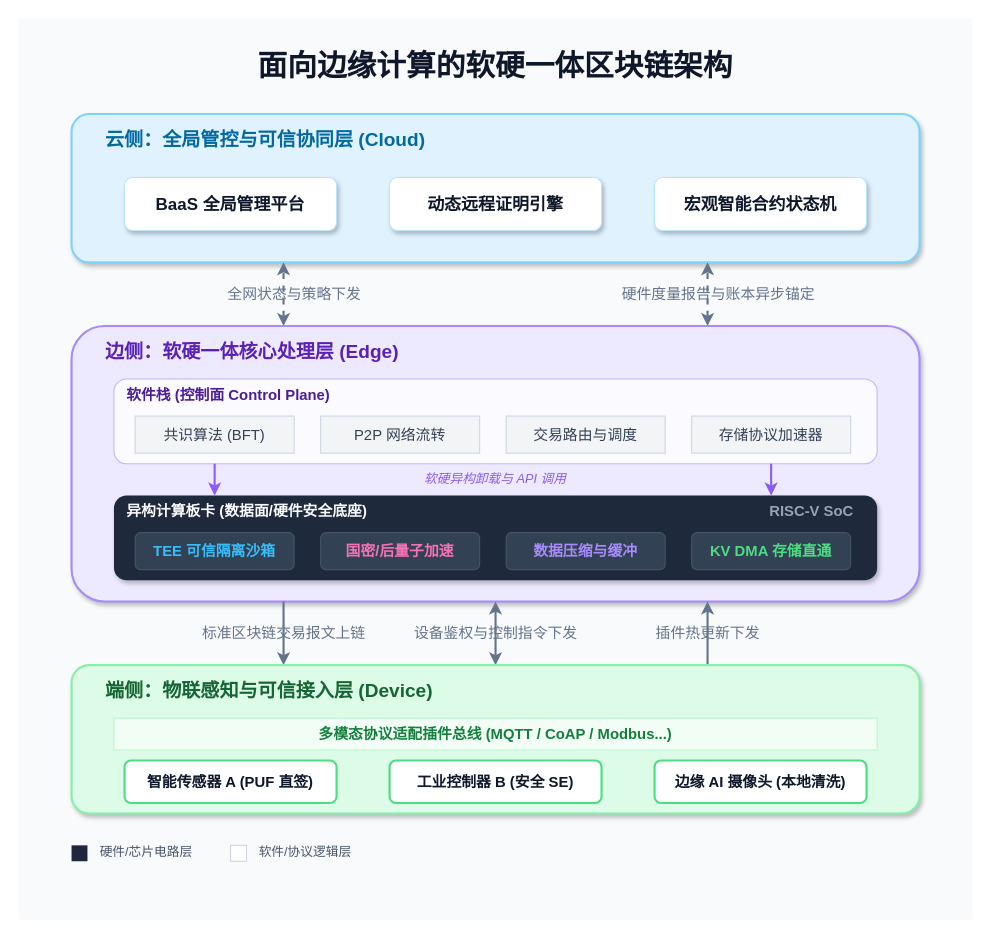
Above: 未命名绘图.drawio in zztiguoli/bulkhead (draw.io), before the change. Source tidied: cells renumbered, new cells numbered last; positions are measured from the earlier drawing's top-left corner, leaving out a move shared by most shapes. Both pictures are drawn from the tidied source at 106%, with x=0, y=0 at pixel (18, 18).
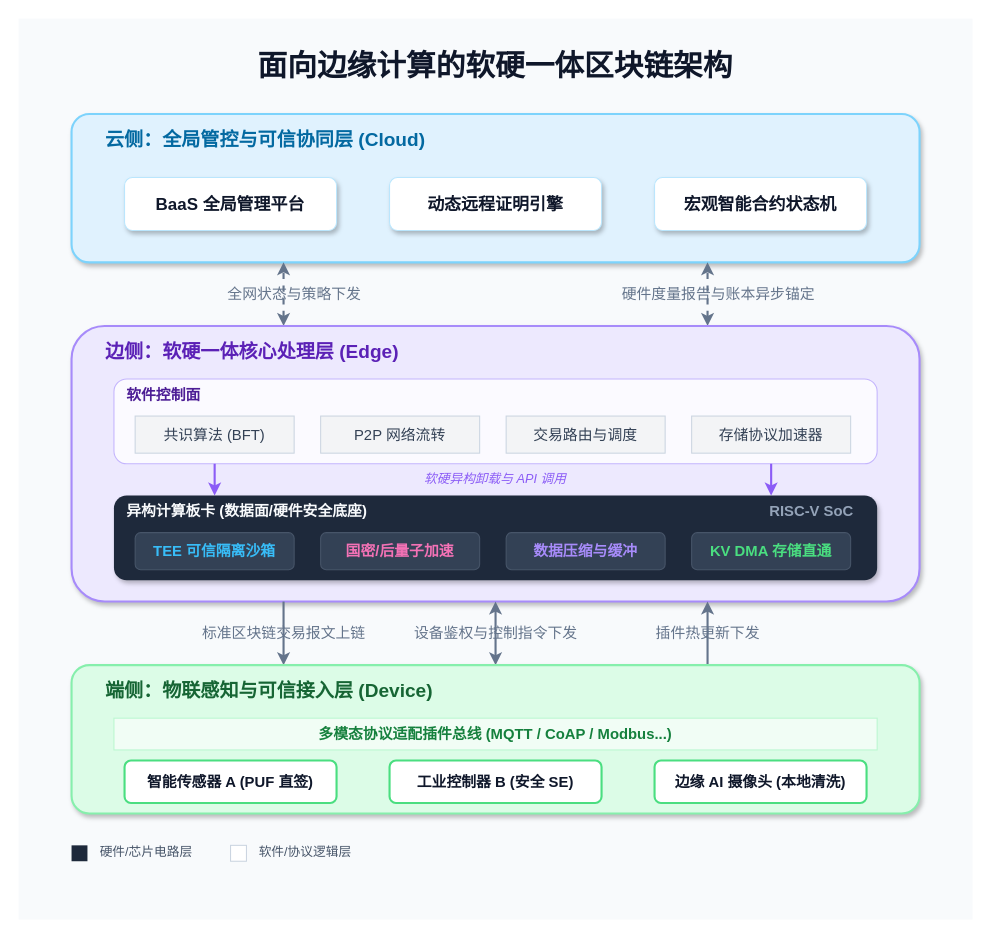
After the change.

Commit message:
更新未命名绘图.drawio：修改文字

Diff of the diagram source:
```diff
@@
-    <mxCell id="14" value="软件栈 (控制面 Control Plane)" style="text;html=1;strokeColor=none;fillColor=none;align=left;verticalAlign=middle;whiteSpace=wrap;rounded=0;fontSize=14;fontStyle=1;fontColor=#4c1d95;" parent="1" vertex="1">
+    <mxCell id="14" value="软件控制面&amp;nbsp;" style="text;html=1;strokeColor=none;fillColor=none;align=left;verticalAlign=middle;whiteSpace=wrap;rounded=0;fontSize=14;fontStyle=1;fontColor=#4c1d95;" parent="1" vertex="1">
       <mxGeometry x="100" y="345" width="200" height="20" as="geometry" />
     </mxCell>
```
